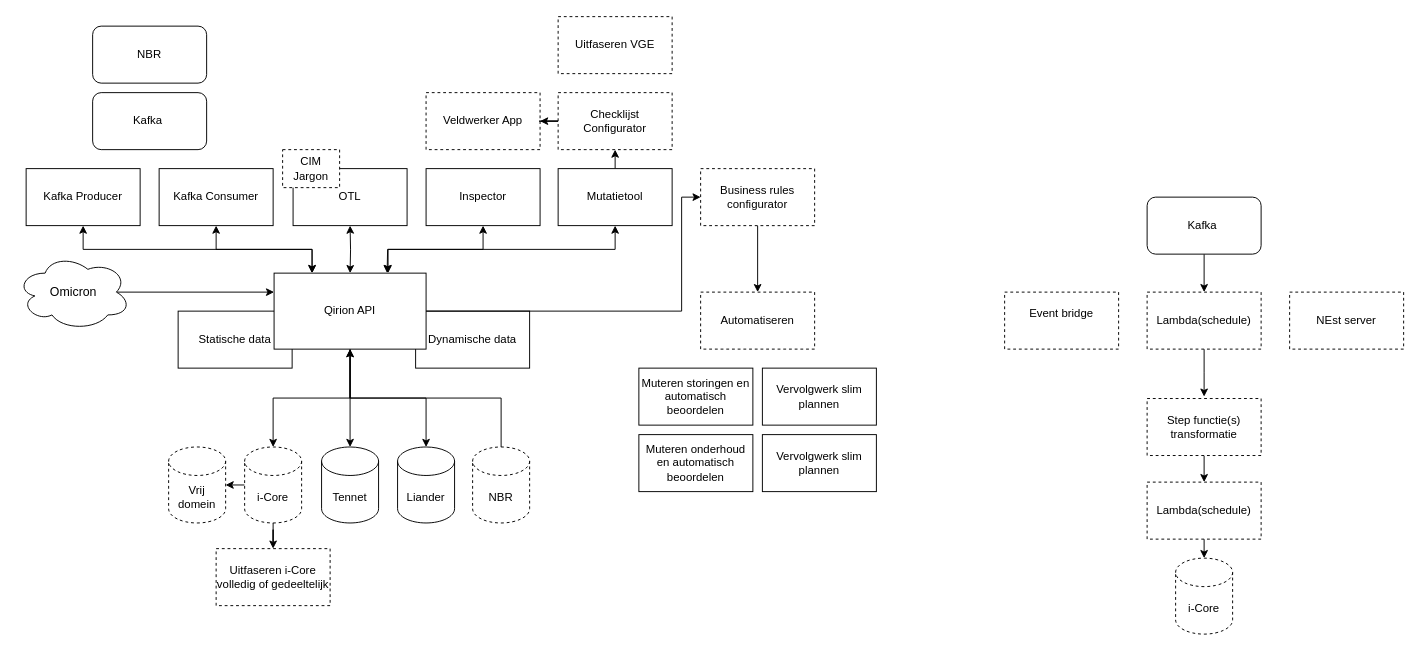
Above: page "Mogelijkheden" (4 of 7) of staticWeb/Untitled Diagram.drawio in eleemans/react2022 (draw.io), before the change. Source tidied: cells renumbered, new cells numbered last; positions are measured from the earlier drawing's top-left corner, leaving out a move shared by most shapes. Both pictures are drawn from the tidied source at 95%, with x=0, y=0 at pixel (16, 16).
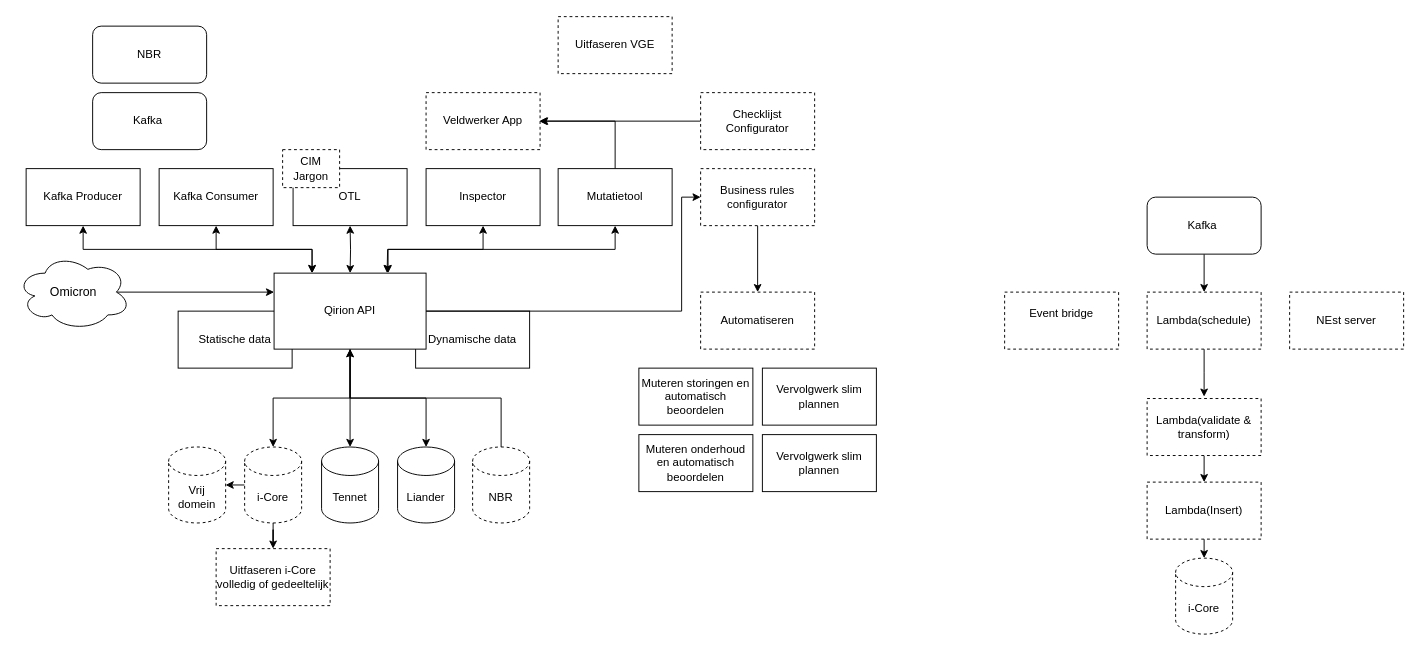
Above is the later version.

The change refers to these unchanged cells:
```xml
<mxCell id="16" value="Mutatietool" style="rounded=0;whiteSpace=wrap;html=1;" parent="1" vertex="1">
  <mxGeometry x="570" y="160" width="120" height="60" as="geometry" />
</mxCell>
```

What changed in the source:
```diff
@@
-    <mxCell id="15" style="edgeStyle=orthogonalEdgeStyle;rounded=0;jettySize=auto;html=1;exitX=0.5;exitY=0;exitDx=0;exitDy=0;entryX=0.5;entryY=1;entryDx=0;entryDy=0;" parent="1" edge="1" source="16" target="44">
-      <mxGeometry relative="1" as="geometry" />
-    </mxCell>
+    <mxCell id="56" style="edgeStyle=orthogonalEdgeStyle;rounded=0;jettySize=auto;html=1;exitX=0.5;exitY=0;exitDx=0;exitDy=0;" parent="1" edge="1" source="16">
+      <mxGeometry relative="1" as="geometry">
+        <mxPoint x="550" y="110" as="targetPoint" />
+        <Array as="points">
+          <mxPoint x="630" y="110" />
+        </Array>
+      </mxGeometry>
+    </mxCell>
@@
     <mxCell id="44" value="Checklijst Configurator" style="rounded=0;whiteSpace=wrap;html=1;dashed=1;" parent="1" vertex="1">
-      <mxGeometry x="570" y="80" width="120" height="60" as="geometry" />
+      <mxGeometry x="720" y="80" width="120" height="60" as="geometry" />
     </mxCell>
@@
-    <mxCell id="50" value="Step functie(s)&lt;br&gt;transformatie" style="rounded=0;whiteSpace=wrap;html=1;dashed=1;" parent="1" vertex="1">
+    <mxCell id="50" value="Lambda(validate &amp;amp; transform)" style="rounded=0;whiteSpace=wrap;html=1;dashed=1;" parent="1" vertex="1">
       <mxGeometry x="1190" y="402" width="120" height="60" as="geometry" />
     </mxCell>
@@
-    <mxCell id="53" value="Lambda(schedule)" style="rounded=0;whiteSpace=wrap;html=1;dashed=1;" parent="1" vertex="1">
+    <mxCell id="53" value="Lambda(Insert)" style="rounded=0;whiteSpace=wrap;html=1;dashed=1;" parent="1" vertex="1">
       <mxGeometry x="1190" y="490" width="120" height="60" as="geometry" />
     </mxCell>
```
